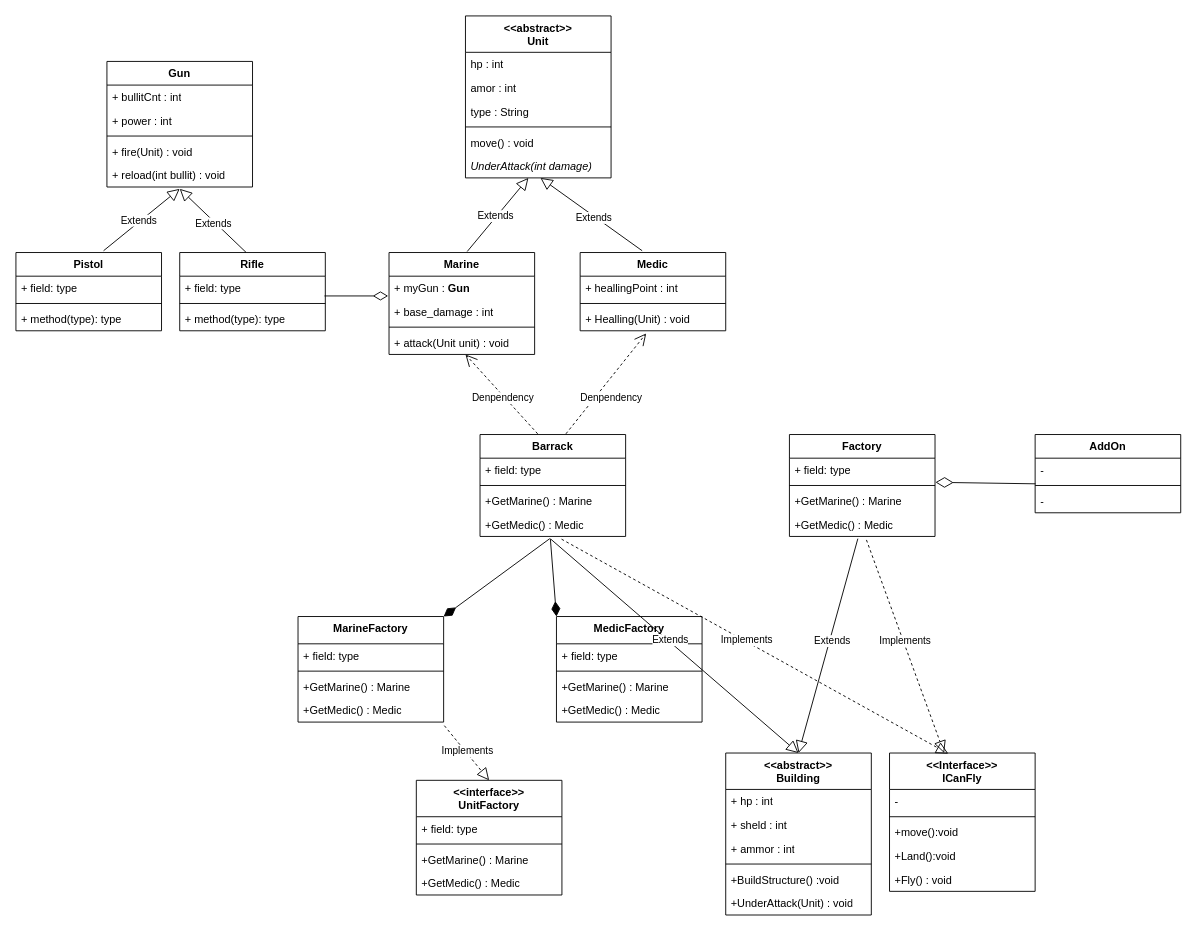
This is javabook_my/src/ch35/02 StarCraft_new.drawio from Jaewoong-Hwang/JAVA_KOREAIT, a draw.io file, before an edit. Source tidied: cells renumbered, new cells numbered last; positions are measured from the earlier drawing's top-left corner, leaving out a move shared by most shapes. Both pictures are drawn from the tidied source at 91%, with x=0, y=0 at pixel (15, 15).
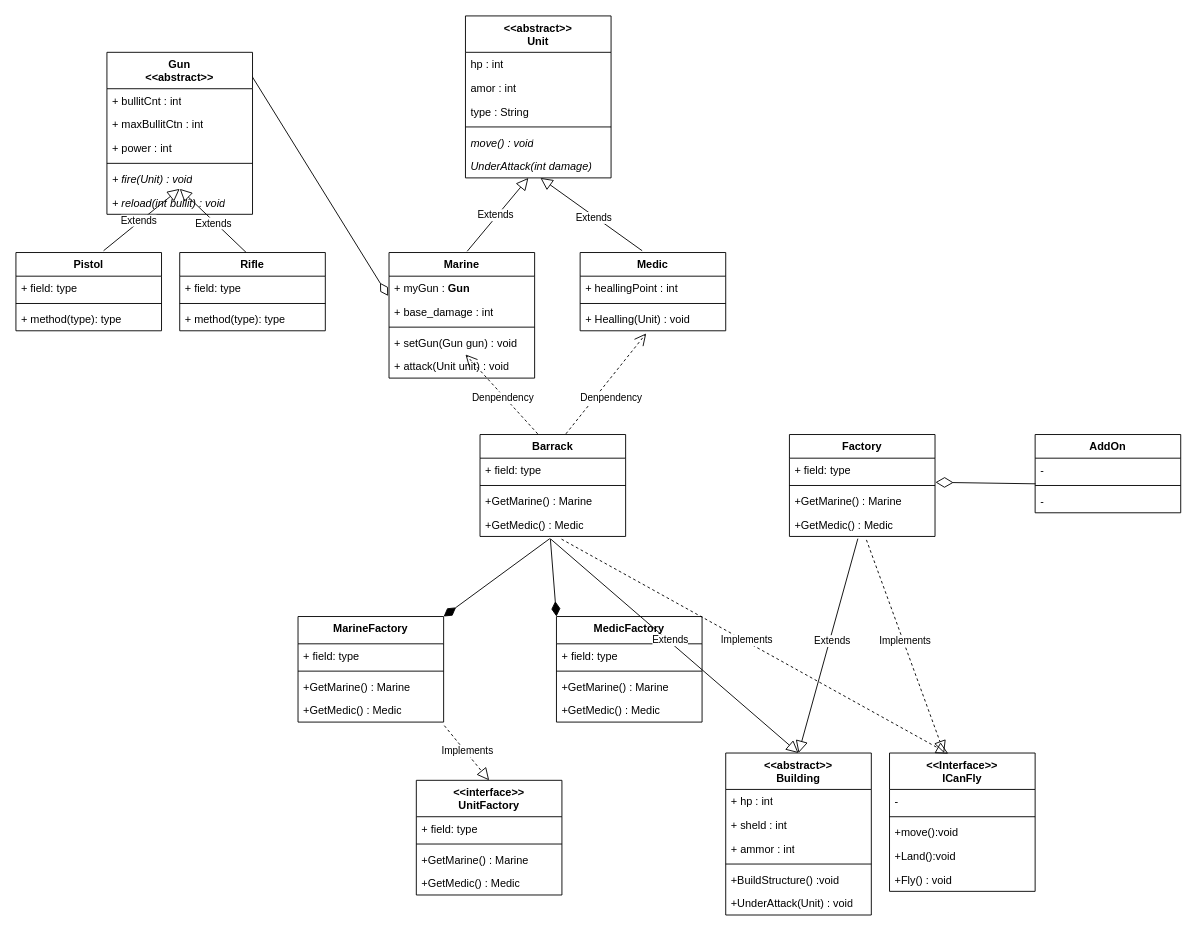
After the change.

The change refers to these unchanged cells:
```xml
<mxCell id="2" value="&lt;div&gt;&amp;lt;&amp;lt;abstract&amp;gt;&amp;gt;&lt;br&gt;&lt;/div&gt;Unit&lt;div&gt;&lt;br&gt;&lt;/div&gt;" style="swimlane;fontStyle=1;align=center;verticalAlign=top;horizontal=1;startSize=40;whiteSpace=wrap;html=1;" parent="1" vertex="1">
  <mxGeometry x="494" width="160" height="178" as="geometry" />
</mxCell>
<mxCell id="10" value="&lt;div style=&quot;text-align: center;&quot;&gt;&lt;span style=&quot;background-color: initial;&quot;&gt;+ myGun : &lt;b&gt;Gun&lt;/b&gt;&lt;/span&gt;&lt;/div&gt;" style="text;strokeColor=none;fillColor=none;align=left;verticalAlign=top;spacingLeft=4;spacingRight=4;overflow=hidden;points=[[0,0.5],[1,0.5]];portConstraint=eastwest;whiteSpace=wrap;html=1;" parent="9" vertex="1">
  <mxGeometry y="26" width="160" height="26" as="geometry" />
</mxCell>
<mxCell id="23" value="+ field: type" style="text;strokeColor=none;fillColor=none;align=left;verticalAlign=top;spacingLeft=4;spacingRight=4;overflow=hidden;points=[[0,0.5],[1,0.5]];portConstraint=eastwest;whiteSpace=wrap;html=1;" parent="22" vertex="1">
  <mxGeometry y="26" width="160" height="26" as="geometry" />
</mxCell>
```

Diff of the diagram source:
```diff
@@
-    <mxCell id="7" value="move() : void" style="text;strokeColor=none;fillColor=none;align=left;verticalAlign=top;spacingLeft=4;spacingRight=4;overflow=hidden;whiteSpace=wrap;html=1;" parent="2" vertex="1">
+    <mxCell id="7" value="&lt;i&gt;move() : void&lt;/i&gt;" style="text;strokeColor=none;fillColor=none;align=left;verticalAlign=top;spacingLeft=4;spacingRight=4;overflow=hidden;whiteSpace=wrap;html=1;" parent="2" vertex="1">
       <mxGeometry y="126" width="160" height="26" as="geometry" />
     </mxCell>
@@
     <mxCell id="9" value="Marine" style="swimlane;fontStyle=1;align=center;verticalAlign=top;horizontal=1;startSize=26;whiteSpace=wrap;html=1;" parent="1" vertex="1">
-      <mxGeometry x="410" y="260" width="160" height="112" as="geometry" />
+      <mxGeometry x="410" y="260" width="160" height="138" as="geometry" />
     </mxCell>
@@
-    <mxCell id="13" value="+ attack(Unit unit) : void" style="text;strokeColor=none;fillColor=none;align=left;verticalAlign=top;spacingLeft=4;spacingRight=4;overflow=hidden;whiteSpace=wrap;html=1;" parent="9" vertex="1">
+    <mxCell id="13" value="+ setGun(Gun gun) : void" style="text;strokeColor=none;fillColor=none;align=left;verticalAlign=top;spacingLeft=4;spacingRight=4;overflow=hidden;whiteSpace=wrap;html=1;" parent="9" vertex="1">
       <mxGeometry y="86" width="160" height="26" as="geometry" />
     </mxCell>
+    <mxCell id="100" value="+ attack(Unit unit) : void" style="text;strokeColor=none;fillColor=none;align=left;verticalAlign=top;spacingLeft=4;spacingRight=4;overflow=hidden;whiteSpace=wrap;html=1;" parent="9" vertex="1">
+      <mxGeometry y="112" width="160" height="26" as="geometry" />
+    </mxCell>
@@
-    <mxCell id="26" style="endArrow=diamondThin;html=1;rounded=0;exitX=0.994;exitY=0.835;exitDx=0;exitDy=0;exitPerimeter=0;entryX=-0.006;entryY=0.835;entryDx=0;entryDy=0;entryPerimeter=0;endFill=0;endSize=14;" parent="1" edge="1" source="23" target="10">
+    <mxCell id="26" style="endArrow=diamondThin;html=1;rounded=0;exitX=0.993;exitY=0.143;exitDx=0;exitDy=0;exitPerimeter=0;entryX=-0.006;entryY=0.835;entryDx=0;entryDy=0;entryPerimeter=0;endFill=0;endSize=14;" parent="1" edge="1" source="31" target="10">
       <mxGeometry relative="1" as="geometry" />
     </mxCell>
@@
-    <mxCell id="31" value="Gun" style="swimlane;fontStyle=1;align=center;verticalAlign=top;horizontal=1;startSize=26;whiteSpace=wrap;html=1;" parent="1" vertex="1">
-      <mxGeometry x="100" y="50" width="160" height="138" as="geometry" />
+    <mxCell id="31" value="Gun&lt;div&gt;&amp;lt;&amp;lt;abstract&amp;gt;&amp;gt;&lt;/div&gt;" style="swimlane;fontStyle=1;align=center;verticalAlign=top;horizontal=1;startSize=40;whiteSpace=wrap;html=1;" parent="1" vertex="1">
+      <mxGeometry x="100" y="40" width="160" height="178" as="geometry" />
     </mxCell>
     <mxCell id="32" value="+ bullitCnt : int" style="text;strokeColor=none;fillColor=none;align=left;verticalAlign=top;spacingLeft=4;spacingRight=4;overflow=hidden;whiteSpace=wrap;html=1;" parent="31" vertex="1">
-      <mxGeometry y="26" width="160" height="26" as="geometry" />
+      <mxGeometry y="40" width="160" height="26" as="geometry" />
     </mxCell>
+    <mxCell id="101" value="+ maxBullitCtn : int" style="text;strokeColor=none;fillColor=none;align=left;verticalAlign=top;spacingLeft=4;spacingRight=4;overflow=hidden;whiteSpace=wrap;html=1;" parent="31" vertex="1">
+      <mxGeometry y="66" width="160" height="26" as="geometry" />
+    </mxCell>
     <mxCell id="33" value="+ power : int" style="text;strokeColor=none;fillColor=none;align=left;verticalAlign=top;spacingLeft=4;spacingRight=4;overflow=hidden;whiteSpace=wrap;html=1;" parent="31" vertex="1">
-      <mxGeometry y="52" width="160" height="26" as="geometry" />
+      <mxGeometry y="92" width="160" height="26" as="geometry" />
     </mxCell>
     <mxCell id="34" style="line;strokeWidth=1;fillColor=none;align=left;verticalAlign=middle;spacingTop=-1;spacingLeft=3;spacingRight=3;labelPosition=right;strokeColor=inherit;" parent="31" vertex="1">
-      <mxGeometry y="78" width="160" height="8" as="geometry" />
+      <mxGeometry y="118" width="160" height="8" as="geometry" />
     </mxCell>
-    <mxCell id="35" value="+ fire(Unit) : void" style="text;strokeColor=none;fillColor=none;align=left;verticalAlign=top;spacingLeft=4;spacingRight=4;overflow=hidden;whiteSpace=wrap;html=1;" parent="31" vertex="1">
-      <mxGeometry y="86" width="160" height="26" as="geometry" />
+    <mxCell id="35" value="&lt;i&gt;+ fire(Unit) : void&lt;/i&gt;" style="text;strokeColor=none;fillColor=none;align=left;verticalAlign=top;spacingLeft=4;spacingRight=4;overflow=hidden;whiteSpace=wrap;html=1;" parent="31" vertex="1">
+      <mxGeometry y="126" width="160" height="26" as="geometry" />
     </mxCell>
-    <mxCell id="36" value="+ reload(int bullit) : void" style="text;strokeColor=none;fillColor=none;align=left;verticalAlign=top;spacingLeft=4;spacingRight=4;overflow=hidden;whiteSpace=wrap;html=1;" parent="31" vertex="1">
-      <mxGeometry y="112" width="160" height="26" as="geometry" />
+    <mxCell id="36" value="&lt;i&gt;+ reload(int bullit) : void&lt;/i&gt;" style="text;strokeColor=none;fillColor=none;align=left;verticalAlign=top;spacingLeft=4;spacingRight=4;overflow=hidden;whiteSpace=wrap;html=1;" parent="31" vertex="1">
+      <mxGeometry y="152" width="160" height="26" as="geometry" />
     </mxCell>
```
